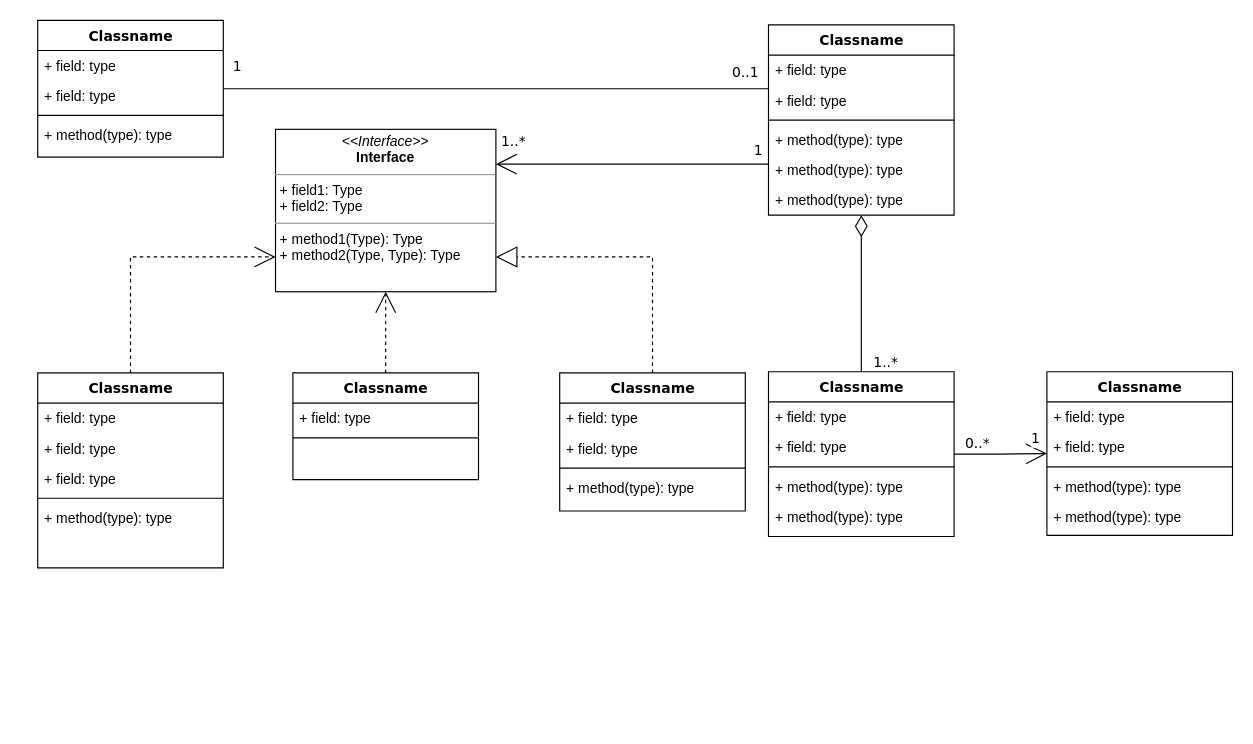
yunheeversal/Study keeps this draw.io diagram as 제목 없는 다이어그램.drawio. Above is the earlier version. Source tidied: cells renumbered, new cells numbered last; positions are measured from the earlier drawing's top-left corner, leaving out a move shared by most shapes. Both pictures are drawn from the tidied source at 116%, with x=0, y=0 at pixel (37, 20).
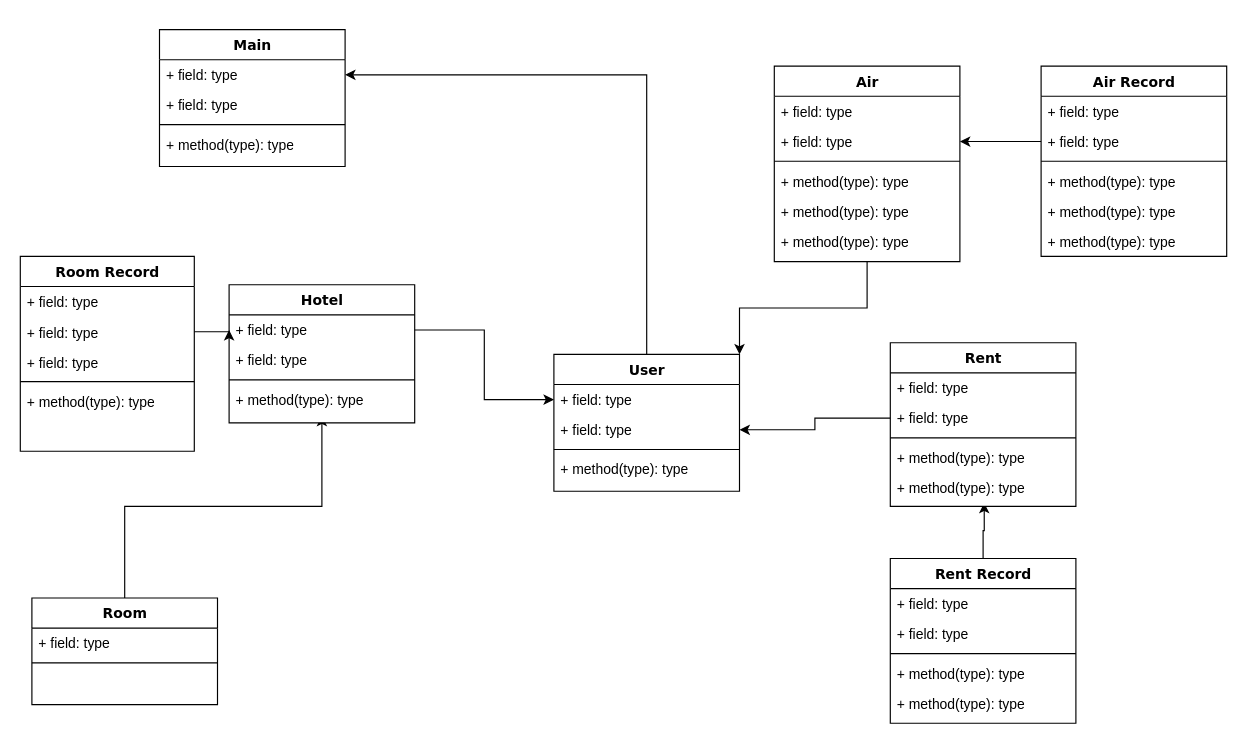
After the change.

Commit message (it also covers changes not shown here):
미니프로젝트2

Unchanged cells that the change refers to:
```xml
<mxCell id="10" value="+ field: type" style="text;html=1;strokeColor=none;fillColor=none;align=left;verticalAlign=top;spacingLeft=4;spacingRight=4;whiteSpace=wrap;overflow=hidden;points=[[0,0.5],[1,0.5]];portConstraint=eastwest;" parent="9" vertex="1">
  <mxGeometry y="26" width="160" height="26" as="geometry" />
</mxCell>
<mxCell id="11" value="+ field: type" style="text;html=1;strokeColor=none;fillColor=none;align=left;verticalAlign=top;spacingLeft=4;spacingRight=4;whiteSpace=wrap;overflow=hidden;points=[[0,0.5],[1,0.5]];portConstraint=eastwest;" parent="9" vertex="1">
  <mxGeometry y="52" width="160" height="26" as="geometry" />
</mxCell>
<mxCell id="22" value="+ field: type" style="text;html=1;strokeColor=none;fillColor=none;align=left;verticalAlign=top;spacingLeft=4;spacingRight=4;whiteSpace=wrap;overflow=hidden;points=[[0,0.5],[1,0.5]];portConstraint=eastwest;" parent="20" vertex="1">
  <mxGeometry y="52" width="160" height="26" as="geometry" />
</mxCell>
<mxCell id="44" value="+ field: type" style="text;html=1;strokeColor=none;fillColor=none;align=left;verticalAlign=top;spacingLeft=4;spacingRight=4;whiteSpace=wrap;overflow=hidden;points=[[0,0.5],[1,0.5]];portConstraint=eastwest;" parent="42" vertex="1">
  <mxGeometry y="52" width="160" height="26" as="geometry" />
</mxCell>
<mxCell id="47" value="+ method(type): type" style="text;html=1;strokeColor=none;fillColor=none;align=left;verticalAlign=top;spacingLeft=4;spacingRight=4;whiteSpace=wrap;overflow=hidden;points=[[0,0.5],[1,0.5]];portConstraint=eastwest;" parent="42" vertex="1">
  <mxGeometry y="112" width="160" height="26" as="geometry" />
</mxCell>
<mxCell id="50" value="+ field: type" style="text;html=1;strokeColor=none;fillColor=none;align=left;verticalAlign=top;spacingLeft=4;spacingRight=4;whiteSpace=wrap;overflow=hidden;points=[[0,0.5],[1,0.5]];portConstraint=eastwest;" parent="49" vertex="1">
  <mxGeometry y="26" width="160" height="26" as="geometry" />
</mxCell>
<mxCell id="53" value="+ method(type): type" style="text;html=1;strokeColor=none;fillColor=none;align=left;verticalAlign=top;spacingLeft=4;spacingRight=4;whiteSpace=wrap;overflow=hidden;points=[[0,0.5],[1,0.5]];portConstraint=eastwest;" parent="49" vertex="1">
  <mxGeometry y="86" width="160" height="26" as="geometry" />
</mxCell>
```

Diff of the diagram source:
```diff
@@
-    <mxCell id="2" style="edgeStyle=orthogonalEdgeStyle;rounded=0;html=1;dashed=1;labelBackgroundColor=none;startArrow=none;startFill=0;startSize=8;endArrow=open;endFill=0;endSize=16;fontFamily=Verdana;fontSize=12;" parent="1" edge="1" source="3" target="54">
-      <mxGeometry relative="1" as="geometry">
-        <Array as="points">
-          <mxPoint x="80" y="204" />
-        </Array>
-      </mxGeometry>
-    </mxCell>
-    <mxCell id="3" value="Classname" style="swimlane;html=1;fontStyle=1;align=center;verticalAlign=top;horizontal=1;startSize=26;swimlaneFillColor=#ffffff;rounded=0;shadow=0;comic=0;labelBackgroundColor=none;strokeWidth=1;fillColor=none;fontFamily=Verdana;fontSize=12;" parent="1" vertex="1">
-      <mxGeometry y="304" width="160" height="168" as="geometry" />
+    <mxCell id="3" value="Room Record" style="swimlane;html=1;fontStyle=1;align=center;verticalAlign=top;horizontal=1;startSize=26;swimlaneFillColor=#ffffff;rounded=0;shadow=0;comic=0;labelBackgroundColor=none;strokeWidth=1;fillColor=none;fontFamily=Verdana;fontSize=12;" parent="1" vertex="1">
+      <mxGeometry x="-15" y="203.5" width="150" height="168" as="geometry" />
     </mxCell>
     <mxCell id="4" value="+ field: type" style="text;html=1;strokeColor=none;fillColor=none;align=left;verticalAlign=top;spacingLeft=4;spacingRight=4;whiteSpace=wrap;overflow=hidden;" parent="3" vertex="1">
-      <mxGeometry y="26" width="160" height="26" as="geometry" />
+      <mxGeometry y="26" width="150" height="26" as="geometry" />
     </mxCell>
     <mxCell id="5" value="+ field: type" style="text;html=1;strokeColor=none;fillColor=none;align=left;verticalAlign=top;spacingLeft=4;spacingRight=4;whiteSpace=wrap;overflow=hidden;points=[[0,0.5],[1,0.5]];portConstraint=eastwest;" parent="3" vertex="1">
-      <mxGeometry y="52" width="160" height="26" as="geometry" />
+      <mxGeometry y="52" width="150" height="26" as="geometry" />
     </mxCell>
     <mxCell id="6" value="+ field: type" style="text;html=1;strokeColor=none;fillColor=none;align=left;verticalAlign=top;spacingLeft=4;spacingRight=4;whiteSpace=wrap;overflow=hidden;" parent="3" vertex="1">
-      <mxGeometry y="78" width="160" height="26" as="geometry" />
+      <mxGeometry y="78" width="150" height="26" as="geometry" />
     </mxCell>
     <mxCell id="7" style="line;html=1;strokeWidth=1;fillColor=none;align=left;verticalAlign=middle;spacingTop=-1;spacingLeft=3;spacingRight=3;labelPosition=right;" parent="3" vertex="1">
-      <mxGeometry y="104" width="160" height="8" as="geometry" />
+      <mxGeometry y="104" width="150" height="8" as="geometry" />
     </mxCell>
     <mxCell id="8" value="+ method(type): type" style="text;html=1;strokeColor=none;fillColor=none;align=left;verticalAlign=top;spacingLeft=4;spacingRight=4;whiteSpace=wrap;overflow=hidden;" parent="3" vertex="1">
-      <mxGeometry y="112" width="160" height="26" as="geometry" />
+      <mxGeometry y="112" width="150" height="26" as="geometry" />
     </mxCell>
+    <mxCell id="55" style="edgeStyle=orthogonalEdgeStyle;rounded=0;jettySize=auto;html=1;entryX=1;entryY=0.5;entryDx=0;entryDy=0;" parent="1" edge="1" source="9" target="67">
+      <mxGeometry relative="1" as="geometry" />
+    </mxCell>
-    <mxCell id="9" value="Classname" style="swimlane;html=1;fontStyle=1;align=center;verticalAlign=top;horizontal=1;startSize=26;swimlaneFillColor=#ffffff;rounded=0;shadow=0;comic=0;labelBackgroundColor=none;strokeWidth=1;fillColor=none;fontFamily=Verdana;fontSize=12;" parent="1" vertex="1">
-      <mxGeometry width="160" height="118" as="geometry" />
+    <mxCell id="9" value="User" style="swimlane;html=1;fontStyle=1;align=center;verticalAlign=top;horizontal=1;startSize=26;swimlaneFillColor=#ffffff;rounded=0;shadow=0;comic=0;labelBackgroundColor=none;strokeWidth=1;fillColor=none;fontFamily=Verdana;fontSize=12;" parent="1" vertex="1">
+      <mxGeometry x="445" y="288" width="160" height="118" as="geometry" />
     </mxCell>
@@
-    <mxCell id="14" style="edgeStyle=orthogonalEdgeStyle;rounded=0;html=1;labelBackgroundColor=none;startArrow=none;startFill=0;startSize=8;endArrow=open;endFill=0;endSize=16;fontFamily=Verdana;fontSize=12;" parent="1" edge="1" source="20" target="54">
-      <mxGeometry relative="1" as="geometry">
-        <Array as="points">
-          <mxPoint x="470" y="124" />
-          <mxPoint x="470" y="124" />
-        </Array>
-      </mxGeometry>
-    </mxCell>
-    <mxCell id="15" value="1..*" style="text;html=1;align=center;verticalAlign=middle;labelBackgroundColor=#ffffff;fontSize=12;fontFamily=Verdana;" parent="14" vertex="1">
-      <mxGeometry x="0.86" y="2" relative="1" as="geometry">
-        <mxPoint x="-2" y="-22" as="offset" />
-      </mxGeometry>
-    </mxCell>
-    <mxCell id="16" value="1" style="text;html=1;align=center;verticalAlign=middle;labelBackgroundColor=#ffffff;fontSize=12;fontFamily=Verdana;" parent="14" vertex="1">
-      <mxGeometry x="0.36" y="152" relative="1" as="geometry">
-        <mxPoint x="150" y="-164" as="offset" />
-      </mxGeometry>
-    </mxCell>
-    <mxCell id="17" style="edgeStyle=orthogonalEdgeStyle;rounded=0;html=1;labelBackgroundColor=none;startArrow=none;startFill=0;startSize=8;endArrow=none;endFill=0;endSize=16;fontFamily=Verdana;fontSize=12;" parent="1" edge="1" source="20" target="9">
-      <mxGeometry relative="1" as="geometry">
-        <Array as="points">
-          <mxPoint x="530" y="59" />
-          <mxPoint x="530" y="59" />
-        </Array>
-      </mxGeometry>
-    </mxCell>
-    <mxCell id="18" value="0..1" style="text;html=1;align=center;verticalAlign=middle;labelBackgroundColor=#ffffff;fontSize=12;fontFamily=Verdana;" parent="17" vertex="1">
-      <mxGeometry x="-0.57" y="-86" relative="1" as="geometry">
-        <mxPoint x="80" y="71" as="offset" />
-      </mxGeometry>
-    </mxCell>
-    <mxCell id="19" value="1" style="text;html=1;align=center;verticalAlign=middle;labelBackgroundColor=#ffffff;fontSize=12;fontFamily=Verdana;" parent="17" vertex="1">
-      <mxGeometry x="0.89" y="-1" relative="1" as="geometry">
-        <mxPoint x="-15" y="-19" as="offset" />
-      </mxGeometry>
-    </mxCell>
-    <mxCell id="20" value="Classname" style="swimlane;html=1;fontStyle=1;align=center;verticalAlign=top;horizontal=1;startSize=26;swimlaneFillColor=#ffffff;rounded=0;shadow=0;comic=0;labelBackgroundColor=none;strokeWidth=1;fillColor=none;fontFamily=Verdana;fontSize=12;" parent="1" vertex="1">
-      <mxGeometry x="630" y="4" width="160" height="164" as="geometry" />
+    <mxCell id="20" value="Air Record" style="swimlane;html=1;fontStyle=1;align=center;verticalAlign=top;horizontal=1;startSize=26;swimlaneFillColor=#ffffff;rounded=0;shadow=0;comic=0;labelBackgroundColor=none;strokeWidth=1;fillColor=none;fontFamily=Verdana;fontSize=12;" parent="1" vertex="1">
+      <mxGeometry x="865" y="39.5" width="160" height="164" as="geometry" />
     </mxCell>
@@
-    <mxCell id="27" style="edgeStyle=orthogonalEdgeStyle;rounded=0;html=1;dashed=1;labelBackgroundColor=none;startArrow=none;startFill=0;startSize=8;endArrow=open;endFill=0;endSize=16;fontFamily=Verdana;fontSize=12;" parent="1" edge="1" source="28" target="54">
-      <mxGeometry relative="1" as="geometry" />
-    </mxCell>
+    <mxCell id="56" style="edgeStyle=orthogonalEdgeStyle;rounded=0;jettySize=auto;html=1;exitX=0.5;exitY=0;exitDx=0;exitDy=0;entryX=0.5;entryY=1.038;entryDx=0;entryDy=0;entryPerimeter=0;" parent="1" edge="1" source="28" target="53">
+      <mxGeometry relative="1" as="geometry" />
+    </mxCell>
-    <mxCell id="28" value="Classname" style="swimlane;html=1;fontStyle=1;align=center;verticalAlign=top;horizontal=1;startSize=26;swimlaneFillColor=#ffffff;rounded=0;shadow=0;comic=0;labelBackgroundColor=none;strokeWidth=1;fillColor=none;fontFamily=Verdana;fontSize=12;" parent="1" vertex="1">
-      <mxGeometry x="220" y="304" width="160" height="92" as="geometry" />
+    <mxCell id="28" value="Room" style="swimlane;html=1;fontStyle=1;align=center;verticalAlign=top;horizontal=1;startSize=26;swimlaneFillColor=#ffffff;rounded=0;shadow=0;comic=0;labelBackgroundColor=none;strokeWidth=1;fillColor=none;fontFamily=Verdana;fontSize=12;" parent="1" vertex="1">
+      <mxGeometry x="-5" y="498" width="160" height="92" as="geometry" />
     </mxCell>
@@
-    <mxCell id="31" style="edgeStyle=orthogonalEdgeStyle;rounded=0;html=1;labelBackgroundColor=none;startArrow=none;startFill=0;startSize=8;endArrow=diamondThin;endFill=0;endSize=16;fontFamily=Verdana;fontSize=12;" parent="1" edge="1" source="36" target="20">
-      <mxGeometry relative="1" as="geometry" />
-    </mxCell>
-    <mxCell id="32" value="1..*" style="text;html=1;align=center;verticalAlign=middle;labelBackgroundColor=#ffffff;fontSize=12;fontFamily=Verdana;" parent="31" vertex="1">
-      <mxGeometry x="-0.85" y="-1" relative="1" as="geometry">
-        <mxPoint x="19" y="1" as="offset" />
-      </mxGeometry>
-    </mxCell>
-    <mxCell id="33" style="edgeStyle=orthogonalEdgeStyle;rounded=0;html=1;labelBackgroundColor=none;startArrow=none;startFill=0;startSize=8;endArrow=open;endFill=0;endSize=16;fontFamily=Verdana;fontSize=12;" parent="1" edge="1" source="36" target="42">
-      <mxGeometry relative="1" as="geometry" />
-    </mxCell>
-    <mxCell id="34" value="0..*" style="text;html=1;align=center;verticalAlign=middle;labelBackgroundColor=#ffffff;fontSize=12;fontFamily=Verdana;" parent="33" vertex="1">
-      <mxGeometry x="-0.79" relative="1" as="geometry">
-        <mxPoint x="11" y="-10" as="offset" />
-      </mxGeometry>
-    </mxCell>
-    <mxCell id="35" value="1" style="text;html=1;align=center;verticalAlign=middle;labelBackgroundColor=#ffffff;fontSize=12;fontFamily=Verdana;" parent="33" vertex="1">
-      <mxGeometry x="0.7" y="1" relative="1" as="geometry">
-        <mxPoint x="2" y="-12" as="offset" />
-      </mxGeometry>
-    </mxCell>
+    <mxCell id="57" style="edgeStyle=orthogonalEdgeStyle;rounded=0;jettySize=auto;html=1;exitX=0.5;exitY=0;exitDx=0;exitDy=0;entryX=0.506;entryY=1;entryDx=0;entryDy=0;entryPerimeter=0;" parent="1" edge="1" source="36" target="47">
+      <mxGeometry relative="1" as="geometry" />
+    </mxCell>
-    <mxCell id="36" value="Classname" style="swimlane;html=1;fontStyle=1;align=center;verticalAlign=top;horizontal=1;startSize=26;swimlaneFillColor=#ffffff;rounded=0;shadow=0;comic=0;labelBackgroundColor=none;strokeWidth=1;fillColor=none;fontFamily=Verdana;fontSize=12;" parent="1" vertex="1">
-      <mxGeometry x="630" y="303" width="160" height="142" as="geometry" />
+    <mxCell id="36" value="Rent Record" style="swimlane;html=1;fontStyle=1;align=center;verticalAlign=top;horizontal=1;startSize=26;swimlaneFillColor=#ffffff;rounded=0;shadow=0;comic=0;labelBackgroundColor=none;strokeWidth=1;fillColor=none;fontFamily=Verdana;fontSize=12;" parent="1" vertex="1">
+      <mxGeometry x="735" y="464" width="160" height="142" as="geometry" />
     </mxCell>
@@
-    <mxCell id="42" value="Classname" style="swimlane;html=1;fontStyle=1;align=center;verticalAlign=top;horizontal=1;startSize=26;swimlaneFillColor=#ffffff;rounded=0;shadow=0;comic=0;labelBackgroundColor=none;strokeWidth=1;fillColor=none;fontFamily=Verdana;fontSize=12;" parent="1" vertex="1">
-      <mxGeometry x="870" y="303" width="160" height="141" as="geometry" />
+    <mxCell id="42" value="Rent" style="swimlane;html=1;fontStyle=1;align=center;verticalAlign=top;horizontal=1;startSize=26;swimlaneFillColor=#ffffff;rounded=0;shadow=0;comic=0;labelBackgroundColor=none;strokeWidth=1;fillColor=none;fontFamily=Verdana;fontSize=12;" parent="1" vertex="1">
+      <mxGeometry x="735" y="278" width="160" height="141" as="geometry" />
     </mxCell>
@@
-    <mxCell id="48" style="edgeStyle=orthogonalEdgeStyle;rounded=0;html=1;dashed=1;labelBackgroundColor=none;startArrow=none;startFill=0;startSize=8;endArrow=block;endFill=0;endSize=16;fontFamily=Verdana;fontSize=12;" parent="1" edge="1" source="49" target="54">
-      <mxGeometry relative="1" as="geometry">
-        <Array as="points">
-          <mxPoint x="530" y="204" />
-        </Array>
-      </mxGeometry>
-    </mxCell>
-    <mxCell id="49" value="Classname" style="swimlane;html=1;fontStyle=1;align=center;verticalAlign=top;horizontal=1;startSize=26;swimlaneFillColor=#ffffff;rounded=0;shadow=0;comic=0;labelBackgroundColor=none;strokeWidth=1;fillColor=none;fontFamily=Verdana;fontSize=12;" parent="1" vertex="1">
-      <mxGeometry x="450" y="304" width="160" height="119" as="geometry" />
+    <mxCell id="49" value="Hotel" style="swimlane;html=1;fontStyle=1;align=center;verticalAlign=top;horizontal=1;startSize=26;swimlaneFillColor=#ffffff;rounded=0;shadow=0;comic=0;labelBackgroundColor=none;strokeWidth=1;fillColor=none;fontFamily=Verdana;fontSize=12;" parent="1" vertex="1">
+      <mxGeometry x="165" y="228" width="160" height="119" as="geometry" />
     </mxCell>
@@
-    <mxCell id="54" value="&lt;p style=&quot;margin:0px;margin-top:4px;text-align:center;&quot;&gt;&lt;i&gt;&amp;lt;&amp;lt;Interface&amp;gt;&amp;gt;&lt;/i&gt;&lt;br/&gt;&lt;b&gt;Interface&lt;/b&gt;&lt;/p&gt;&lt;hr size=&quot;1&quot;/&gt;&lt;p style=&quot;margin:0px;margin-left:4px;&quot;&gt;+ field1: Type&lt;br/&gt;+ field2: Type&lt;/p&gt;&lt;hr size=&quot;1&quot;/&gt;&lt;p style=&quot;margin:0px;margin-left:4px;&quot;&gt;+ method1(Type): Type&lt;br/&gt;+ method2(Type, Type): Type&lt;/p&gt;" style="verticalAlign=top;align=left;overflow=fill;fontSize=12;fontFamily=Helvetica;html=1;rounded=0;shadow=0;comic=0;labelBackgroundColor=none;strokeWidth=1;" parent="1" vertex="1">
-      <mxGeometry x="205" y="94" width="190" height="140" as="geometry" />
-    </mxCell>
+    <mxCell id="58" style="edgeStyle=orthogonalEdgeStyle;rounded=0;jettySize=auto;html=1;exitX=0.5;exitY=1;exitDx=0;exitDy=0;entryX=1;entryY=0;entryDx=0;entryDy=0;" parent="1" edge="1" source="59" target="9">
+      <mxGeometry relative="1" as="geometry" />
+    </mxCell>
+    <mxCell id="59" value="Air" style="swimlane;html=1;fontStyle=1;align=center;verticalAlign=top;horizontal=1;startSize=26;swimlaneFillColor=#ffffff;rounded=0;shadow=0;comic=0;labelBackgroundColor=none;strokeWidth=1;fillColor=none;fontFamily=Verdana;fontSize=12;" parent="1" vertex="1">
+      <mxGeometry x="635" y="39.5" width="160" height="168.5" as="geometry" />
+    </mxCell>
+    <mxCell id="60" value="+ field: type" style="text;html=1;strokeColor=none;fillColor=none;align=left;verticalAlign=top;spacingLeft=4;spacingRight=4;whiteSpace=wrap;overflow=hidden;" parent="59" vertex="1">
+      <mxGeometry y="26" width="160" height="26" as="geometry" />
+    </mxCell>
+    <mxCell id="61" value="+ field: type" style="text;html=1;strokeColor=none;fillColor=none;align=left;verticalAlign=top;spacingLeft=4;spacingRight=4;whiteSpace=wrap;overflow=hidden;points=[[0,0.5],[1,0.5]];portConstraint=eastwest;" parent="59" vertex="1">
+      <mxGeometry y="52" width="160" height="26" as="geometry" />
+    </mxCell>
+    <mxCell id="62" style="line;html=1;strokeWidth=1;fillColor=none;align=left;verticalAlign=middle;spacingTop=-1;spacingLeft=3;spacingRight=3;labelPosition=right;" parent="59" vertex="1">
+      <mxGeometry y="78" width="160" height="8" as="geometry" />
+    </mxCell>
+    <mxCell id="63" value="+ method(type): type" style="text;html=1;strokeColor=none;fillColor=none;align=left;verticalAlign=top;spacingLeft=4;spacingRight=4;whiteSpace=wrap;overflow=hidden;" parent="59" vertex="1">
+      <mxGeometry y="86" width="160" height="26" as="geometry" />
+    </mxCell>
+    <mxCell id="64" value="+ method(type): type" style="text;html=1;strokeColor=none;fillColor=none;align=left;verticalAlign=top;spacingLeft=4;spacingRight=4;whiteSpace=wrap;overflow=hidden;" parent="59" vertex="1">
+      <mxGeometry y="112" width="160" height="26" as="geometry" />
+    </mxCell>
+    <mxCell id="65" value="+ method(type): type" style="text;html=1;strokeColor=none;fillColor=none;align=left;verticalAlign=top;spacingLeft=4;spacingRight=4;whiteSpace=wrap;overflow=hidden;" parent="59" vertex="1">
+      <mxGeometry y="138" width="160" height="26" as="geometry" />
+    </mxCell>
+    <mxCell id="66" value="Main" style="swimlane;html=1;fontStyle=1;align=center;verticalAlign=top;horizontal=1;startSize=26;swimlaneFillColor=#ffffff;rounded=0;shadow=0;comic=0;labelBackgroundColor=none;strokeWidth=1;fillColor=none;fontFamily=Verdana;fontSize=12;" parent="1" vertex="1">
+      <mxGeometry x="105" y="8" width="160" height="118" as="geometry" />
+    </mxCell>
+    <mxCell id="67" value="+ field: type" style="text;html=1;strokeColor=none;fillColor=none;align=left;verticalAlign=top;spacingLeft=4;spacingRight=4;whiteSpace=wrap;overflow=hidden;points=[[0,0.5],[1,0.5]];portConstraint=eastwest;" parent="66" vertex="1">
+      <mxGeometry y="26" width="160" height="26" as="geometry" />
+    </mxCell>
+    <mxCell id="68" value="+ field: type" style="text;html=1;strokeColor=none;fillColor=none;align=left;verticalAlign=top;spacingLeft=4;spacingRight=4;whiteSpace=wrap;overflow=hidden;" parent="66" vertex="1">
+      <mxGeometry y="52" width="160" height="26" as="geometry" />
+    </mxCell>
+    <mxCell id="69" style="line;html=1;strokeWidth=1;fillColor=none;align=left;verticalAlign=middle;spacingTop=-1;spacingLeft=3;spacingRight=3;labelPosition=right;" parent="66" vertex="1">
+      <mxGeometry y="78" width="160" height="8" as="geometry" />
+    </mxCell>
+    <mxCell id="70" value="+ method(type): type" style="text;html=1;strokeColor=none;fillColor=none;align=left;verticalAlign=top;spacingLeft=4;spacingRight=4;whiteSpace=wrap;overflow=hidden;" parent="66" vertex="1">
+      <mxGeometry y="86" width="160" height="26" as="geometry" />
+    </mxCell>
+    <mxCell id="71" style="edgeStyle=orthogonalEdgeStyle;rounded=0;jettySize=auto;html=1;exitX=1;exitY=0.5;exitDx=0;exitDy=0;" parent="1" edge="1" source="50" target="10">
+      <mxGeometry relative="1" as="geometry" />
+    </mxCell>
+    <mxCell id="72" style="edgeStyle=orthogonalEdgeStyle;rounded=0;jettySize=auto;html=1;exitX=1;exitY=0.5;exitDx=0;exitDy=0;entryX=0;entryY=0.5;entryDx=0;entryDy=0;" parent="1" edge="1" source="5" target="50">
+      <mxGeometry relative="1" as="geometry" />
+    </mxCell>
+    <mxCell id="73" style="edgeStyle=orthogonalEdgeStyle;rounded=0;jettySize=auto;html=1;" parent="1" edge="1" source="44" target="11">
+      <mxGeometry relative="1" as="geometry" />
+    </mxCell>
+    <mxCell id="74" style="edgeStyle=orthogonalEdgeStyle;rounded=0;jettySize=auto;html=1;exitX=0;exitY=0.5;exitDx=0;exitDy=0;entryX=1;entryY=0.5;entryDx=0;entryDy=0;" parent="1" edge="1" source="22" target="61">
+      <mxGeometry relative="1" as="geometry" />
+    </mxCell>
```
